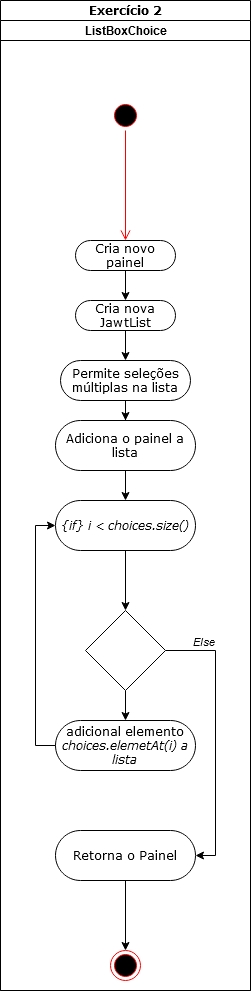
Above: exercício 2.png in Seis/ES1 (draw.io), before the change. Source tidied: cells renumbered, new cells last; positions are measured from the earlier drawing's top-left corner, leaving out a move shared by most shapes.
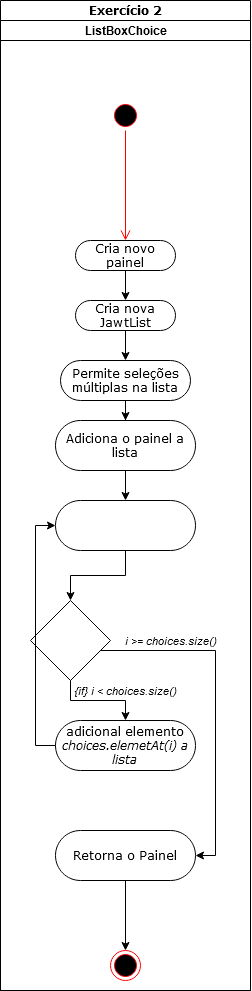
Later version of the same file.

Change to the diagram source:
```diff
@@ -14,8 +14,10 @@
     <mxCell id="5" style="edgeStyle=orthogonalEdgeStyle;rounded=0;jettySize=auto;html=1;" parent="3" edge="1" source="16" target="14">
       <mxGeometry relative="1" as="geometry" />
     </mxCell>
-    <mxCell id="6" style="edgeStyle=orthogonalEdgeStyle;rounded=0;jettySize=auto;html=1;" parent="3" edge="1" source="9" target="21">
-      <mxGeometry relative="1" as="geometry" />
+    <mxCell id="6" value="&lt;i&gt;{if} i &amp;lt; choices.size()&lt;/i&gt;" style="edgeStyle=orthogonalEdgeStyle;rounded=0;jettySize=auto;html=1;" parent="3" edge="1" source="9" target="21">
+      <mxGeometry x="0.58" y="10" relative="1" as="geometry">
+        <mxPoint x="-10" y="-10" as="offset" />
+      </mxGeometry>
     </mxCell>
     <mxCell id="7" style="edgeStyle=orthogonalEdgeStyle;rounded=0;jettySize=auto;html=1;entryX=1;entryY=0.5;entryDx=0;entryDy=0;" parent="3" edge="1" source="9" target="23">
       <mxGeometry relative="1" as="geometry">
@@ -25,18 +27,18 @@
         </Array>
       </mxGeometry>
     </mxCell>
-    <mxCell id="8" value="&lt;i&gt;Else&lt;/i&gt;" style="edgeLabel;html=1;align=center;verticalAlign=middle;" parent="7" vertex="1">
+    <mxCell id="8" value="&lt;i&gt;i &amp;gt;= choices.size()&lt;/i&gt;" style="edgeLabel;html=1;align=center;verticalAlign=middle;" parent="7" vertex="1">
       <mxGeometry x="-0.73" relative="1" as="geometry">
-        <mxPoint y="-10" as="offset" />
+        <mxPoint x="23.3" y="-10" as="offset" />
       </mxGeometry>
     </mxCell>
+    <mxCell id="10" style="edgeStyle=orthogonalEdgeStyle;rounded=0;jettySize=auto;html=1;" parent="3" edge="1" source="11" target="9">
+      <mxGeometry relative="1" as="geometry" />
+    </mxCell>
     <mxCell id="9" style="rhombus;whiteSpace=wrap;html=1;" parent="3" vertex="1">
-      <mxGeometry x="85" y="590" width="80" height="80" as="geometry" />
+      <mxGeometry x="30" y="580" width="80" height="80" as="geometry" />
     </mxCell>
-    <mxCell id="10" style="edgeStyle=orthogonalEdgeStyle;rounded=0;jettySize=auto;html=1;" parent="3" edge="1" source="11" target="9">
-      <mxGeometry relative="1" as="geometry" />
-    </mxCell>
-    <mxCell id="11" value="&lt;i&gt;{if} i &amp;lt; choices.size()&lt;/i&gt;" style="rounded=1;whiteSpace=wrap;html=1;shadow=0;comic=0;labelBackgroundColor=none;strokeWidth=1;fontFamily=Verdana;fontSize=12;align=center;arcSize=50;" parent="3" vertex="1">
+    <mxCell id="11" style="rounded=1;whiteSpace=wrap;html=1;shadow=0;comic=0;labelBackgroundColor=none;strokeWidth=1;fontFamily=Verdana;fontSize=12;align=center;arcSize=50;" parent="3" vertex="1">
       <mxGeometry x="55" y="480" width="140" height="50" as="geometry" />
     </mxCell>
     <mxCell id="12" value="Adiciona o painel a lista" style="rounded=1;whiteSpace=wrap;html=1;shadow=0;comic=0;labelBackgroundColor=none;strokeWidth=1;fontFamily=Verdana;fontSize=12;align=center;arcSize=50;" parent="3" vertex="1">
```
